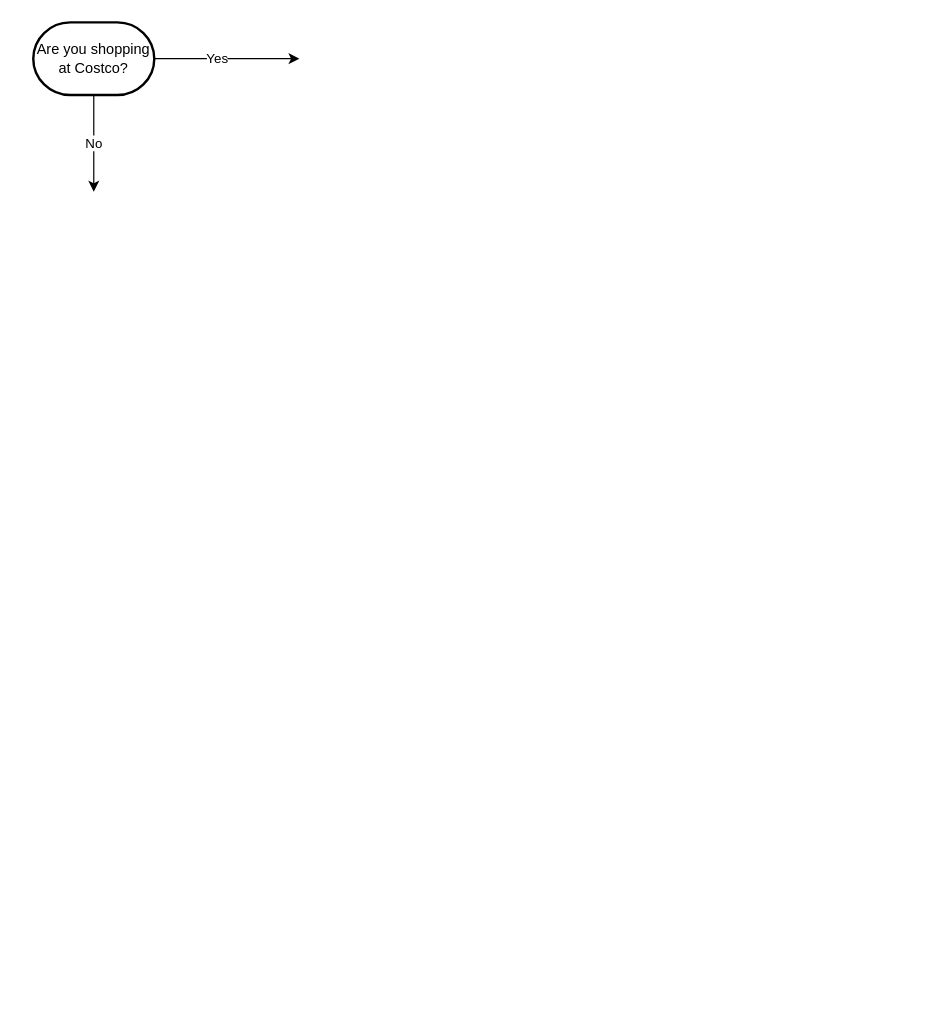
Before: Untitled Diagram.drawio in Teagan94/flowcharts, a draw.io diagram. Source tidied: cells renumbered, new cells numbered last; positions are measured from the earlier drawing's top-left corner, leaving out a move shared by most shapes. Both pictures are drawn from the tidied source at 121%, with x=0, y=0 at pixel (33, 22).
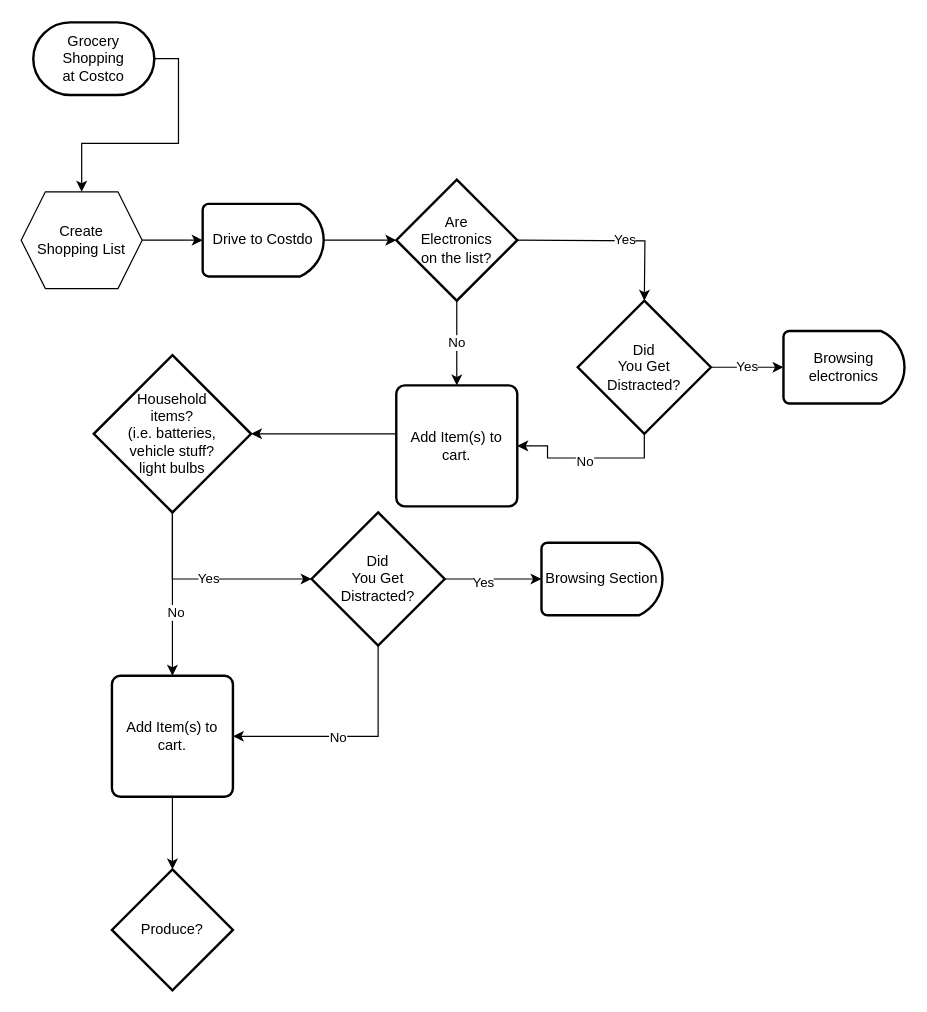
The same page after the edit.

Diff of the diagram source:
```diff
@@
-    <mxCell id="3" style="edgeStyle=orthogonalEdgeStyle;rounded=0;jettySize=auto;html=1;exitX=1;exitY=0.5;exitDx=0;exitDy=0;exitPerimeter=0;" parent="1" edge="1" source="6">
-      <mxGeometry relative="1" as="geometry">
-        <mxPoint x="220" y="30" as="targetPoint" />
-      </mxGeometry>
-    </mxCell>
-    <mxCell id="4" value="Yes" style="edgeLabel;html=1;align=center;verticalAlign=middle;" parent="3" vertex="1">
-      <mxGeometry x="-0.15" y="1" relative="1" as="geometry" />
-    </mxCell>
-    <mxCell id="5" value="No" style="edgeStyle=orthogonalEdgeStyle;rounded=0;jettySize=auto;html=1;exitX=0.5;exitY=1;exitDx=0;exitDy=0;exitPerimeter=0;" parent="1" edge="1" source="6">
-      <mxGeometry relative="1" as="geometry">
-        <mxPoint x="50" y="140" as="targetPoint" />
-      </mxGeometry>
-    </mxCell>
+    <mxCell id="7" style="edgeStyle=orthogonalEdgeStyle;rounded=0;jettySize=auto;html=1;exitX=1;exitY=0.5;exitDx=0;exitDy=0;exitPerimeter=0;entryX=0.5;entryY=0;entryDx=0;entryDy=0;" parent="1" edge="1" source="6" target="9">
+      <mxGeometry relative="1" as="geometry" />
+    </mxCell>
-    <mxCell id="6" value="Are you shopping at Costco?" style="strokeWidth=2;html=1;shape=mxgraph.flowchart.terminator;whiteSpace=wrap;" parent="1" vertex="1">
+    <mxCell id="6" value="Grocery &lt;br&gt;Shopping&lt;br&gt;at Costco" style="strokeWidth=2;html=1;shape=mxgraph.flowchart.terminator;whiteSpace=wrap;" parent="1" vertex="1">
       <mxGeometry width="100" height="60" as="geometry" />
     </mxCell>
+    <mxCell id="8" style="edgeStyle=orthogonalEdgeStyle;rounded=0;jettySize=auto;html=1;exitX=1;exitY=0.5;exitDx=0;exitDy=0;" parent="1" edge="1" source="9" target="11">
+      <mxGeometry relative="1" as="geometry" />
+    </mxCell>
+    <mxCell id="9" value="Create &lt;br&gt;Shopping List" style="shape=hexagon;perimeter=hexagonPerimeter2;whiteSpace=wrap;html=1;fixedSize=1;" parent="1" vertex="1">
+      <mxGeometry x="-10" y="140" width="100" height="80" as="geometry" />
+    </mxCell>
+    <mxCell id="10" style="edgeStyle=orthogonalEdgeStyle;rounded=0;jettySize=auto;html=1;exitX=1;exitY=0.5;exitDx=0;exitDy=0;exitPerimeter=0;" parent="1" edge="1" source="11">
+      <mxGeometry relative="1" as="geometry">
+        <mxPoint x="300" y="180" as="targetPoint" />
+      </mxGeometry>
+    </mxCell>
+    <mxCell id="11" value="Drive to Costdo" style="strokeWidth=2;html=1;shape=mxgraph.flowchart.delay;whiteSpace=wrap;" parent="1" vertex="1">
+      <mxGeometry x="140" y="150" width="100" height="60" as="geometry" />
+    </mxCell>
+    <mxCell id="12" style="edgeStyle=orthogonalEdgeStyle;rounded=0;orthogonalLoop=1;jettySize=auto;html=1;exitX=1;exitY=0.5;exitDx=0;exitDy=0;entryX=0.5;entryY=0;entryDx=0;entryDy=0;" parent="1" edge="1">
+      <mxGeometry relative="1" as="geometry">
+        <mxPoint x="400" y="180" as="sourcePoint" />
+        <mxPoint x="505" y="230" as="targetPoint" />
+      </mxGeometry>
+    </mxCell>
+    <mxCell id="13" value="Yes" style="edgeLabel;html=1;align=center;verticalAlign=middle;" parent="12" vertex="1">
+      <mxGeometry x="0.14" y="1" relative="1" as="geometry" />
+    </mxCell>
+    <mxCell id="14" value="No" style="edgeStyle=orthogonalEdgeStyle;rounded=0;jettySize=auto;html=1;exitX=0.5;exitY=1;exitDx=0;exitDy=0;entryX=0.5;entryY=0;entryDx=0;entryDy=0;" parent="1" edge="1" target="22">
+      <mxGeometry relative="1" as="geometry">
+        <mxPoint x="350" y="230" as="sourcePoint" />
+        <Array as="points">
+          <mxPoint x="350" y="270" />
+          <mxPoint x="350" y="270" />
+        </Array>
+      </mxGeometry>
+    </mxCell>
+    <mxCell id="15" style="edgeStyle=orthogonalEdgeStyle;rounded=0;orthogonalLoop=1;jettySize=auto;html=1;exitX=0.5;exitY=0;exitDx=0;exitDy=0;" parent="1" edge="1">
+      <mxGeometry relative="1" as="geometry">
+        <mxPoint x="505" y="230" as="sourcePoint" />
+        <mxPoint x="505" y="230" as="targetPoint" />
+      </mxGeometry>
+    </mxCell>
+    <mxCell id="16" value="Yes" style="edgeStyle=orthogonalEdgeStyle;rounded=0;orthogonalLoop=1;jettySize=auto;html=1;exitX=1;exitY=0.5;exitDx=0;exitDy=0;" parent="1" edge="1">
+      <mxGeometry relative="1" as="geometry">
+        <mxPoint x="560" y="285" as="sourcePoint" />
+        <mxPoint x="620" y="285" as="targetPoint" />
+      </mxGeometry>
+    </mxCell>
+    <mxCell id="17" style="edgeStyle=orthogonalEdgeStyle;rounded=0;orthogonalLoop=1;jettySize=auto;html=1;exitX=0;exitY=0.5;exitDx=0;exitDy=0;" parent="1" edge="1">
+      <mxGeometry relative="1" as="geometry">
+        <mxPoint x="300" y="340" as="sourcePoint" />
+        <mxPoint x="180" y="340" as="targetPoint" />
+      </mxGeometry>
+    </mxCell>
+    <mxCell id="18" value="Yes" style="edgeStyle=orthogonalEdgeStyle;rounded=0;jettySize=auto;html=1;exitX=0.5;exitY=1;exitDx=0;exitDy=0;exitPerimeter=0;" parent="1" edge="1" source="21">
+      <mxGeometry relative="1" as="geometry">
+        <mxPoint x="230" y="460" as="targetPoint" />
+        <Array as="points">
+          <mxPoint x="115" y="460" />
+        </Array>
+      </mxGeometry>
+    </mxCell>
+    <mxCell id="19" style="edgeStyle=orthogonalEdgeStyle;rounded=0;jettySize=auto;html=1;exitX=0.5;exitY=1;exitDx=0;exitDy=0;exitPerimeter=0;" parent="1" edge="1" source="21">
+      <mxGeometry relative="1" as="geometry">
+        <mxPoint x="115" y="540" as="targetPoint" />
+      </mxGeometry>
+    </mxCell>
+    <mxCell id="20" value="No" style="edgeLabel;html=1;align=center;verticalAlign=middle;" parent="19" vertex="1">
+      <mxGeometry x="0.23" y="2" relative="1" as="geometry" />
+    </mxCell>
+    <mxCell id="21" value="Household&lt;br&gt;items?&lt;br&gt;(i.e. batteries,&lt;br&gt;vehicle stuff?&lt;br&gt;light bulbs" style="strokeWidth=2;html=1;shape=mxgraph.flowchart.decision;whiteSpace=wrap;" parent="1" vertex="1">
+      <mxGeometry x="50" y="275" width="130" height="130" as="geometry" />
+    </mxCell>
+    <mxCell id="22" value="Add Item(s) to cart." style="rounded=1;whiteSpace=wrap;html=1;absoluteArcSize=1;arcSize=14;strokeWidth=2;" parent="1" vertex="1">
+      <mxGeometry x="300" y="300" width="100" height="100" as="geometry" />
+    </mxCell>
+    <mxCell id="23" value="Are&lt;br style=&quot;border-color: var(--border-color);&quot;&gt;Electronics&lt;br style=&quot;border-color: var(--border-color);&quot;&gt;on the list?" style="strokeWidth=2;html=1;shape=mxgraph.flowchart.decision;whiteSpace=wrap;" parent="1" vertex="1">
+      <mxGeometry x="300" y="130" width="100" height="100" as="geometry" />
+    </mxCell>
+    <mxCell id="24" style="edgeStyle=orthogonalEdgeStyle;rounded=0;jettySize=auto;html=1;exitX=0.5;exitY=1;exitDx=0;exitDy=0;exitPerimeter=0;entryX=1;entryY=0.5;entryDx=0;entryDy=0;" parent="1" edge="1" source="26" target="22">
+      <mxGeometry relative="1" as="geometry" />
+    </mxCell>
+    <mxCell id="25" value="No" style="edgeLabel;html=1;align=center;verticalAlign=middle;" parent="24" vertex="1">
+      <mxGeometry x="0.04" y="2" relative="1" as="geometry" />
+    </mxCell>
+    <mxCell id="26" value="Did&lt;br style=&quot;border-color: var(--border-color);&quot;&gt;You Get&lt;br style=&quot;border-color: var(--border-color);&quot;&gt;Distracted?" style="strokeWidth=2;html=1;shape=mxgraph.flowchart.decision;whiteSpace=wrap;" parent="1" vertex="1">
+      <mxGeometry x="450" y="230" width="110" height="110" as="geometry" />
+    </mxCell>
+    <mxCell id="27" style="edgeStyle=orthogonalEdgeStyle;rounded=0;jettySize=auto;html=1;exitX=1;exitY=0.5;exitDx=0;exitDy=0;exitPerimeter=0;" parent="1" edge="1" source="31">
+      <mxGeometry relative="1" as="geometry">
+        <mxPoint x="420" y="460" as="targetPoint" />
+      </mxGeometry>
+    </mxCell>
+    <mxCell id="28" value="Yes" style="edgeLabel;html=1;align=center;verticalAlign=middle;" parent="27" vertex="1">
+      <mxGeometry x="-0.23" y="-2" relative="1" as="geometry" />
+    </mxCell>
+    <mxCell id="29" style="edgeStyle=orthogonalEdgeStyle;rounded=0;jettySize=auto;html=1;exitX=0.5;exitY=1;exitDx=0;exitDy=0;exitPerimeter=0;entryX=1;entryY=0.5;entryDx=0;entryDy=0;" parent="1" edge="1" source="31" target="34">
+      <mxGeometry relative="1" as="geometry" />
+    </mxCell>
+    <mxCell id="30" value="No" style="edgeLabel;html=1;align=center;verticalAlign=middle;" parent="29" vertex="1">
+      <mxGeometry x="0.12" relative="1" as="geometry" />
+    </mxCell>
+    <mxCell id="31" value="Did&lt;br style=&quot;border-color: var(--border-color);&quot;&gt;You Get&lt;br style=&quot;border-color: var(--border-color);&quot;&gt;Distracted?" style="strokeWidth=2;html=1;shape=mxgraph.flowchart.decision;whiteSpace=wrap;" parent="1" vertex="1">
+      <mxGeometry x="230" y="405" width="110" height="110" as="geometry" />
+    </mxCell>
+    <mxCell id="32" value="Browsing&lt;br&gt;electronics" style="strokeWidth=2;html=1;shape=mxgraph.flowchart.delay;whiteSpace=wrap;" parent="1" vertex="1">
+      <mxGeometry x="620" y="255" width="100" height="60" as="geometry" />
+    </mxCell>
+    <mxCell id="33" style="edgeStyle=orthogonalEdgeStyle;rounded=0;jettySize=auto;html=1;exitX=0.5;exitY=1;exitDx=0;exitDy=0;" parent="1" edge="1" source="34" target="36">
+      <mxGeometry relative="1" as="geometry" />
+    </mxCell>
+    <mxCell id="34" value="Add Item(s) to cart." style="rounded=1;whiteSpace=wrap;html=1;absoluteArcSize=1;arcSize=14;strokeWidth=2;" parent="1" vertex="1">
+      <mxGeometry x="65" y="540" width="100" height="100" as="geometry" />
+    </mxCell>
+    <mxCell id="35" value="Browsing Section" style="strokeWidth=2;html=1;shape=mxgraph.flowchart.delay;whiteSpace=wrap;" parent="1" vertex="1">
+      <mxGeometry x="420" y="430" width="100" height="60" as="geometry" />
+    </mxCell>
+    <mxCell id="36" value="Produce?" style="strokeWidth=2;html=1;shape=mxgraph.flowchart.decision;whiteSpace=wrap;" parent="1" vertex="1">
+      <mxGeometry x="65" y="700" width="100" height="100" as="geometry" />
+    </mxCell>
```
